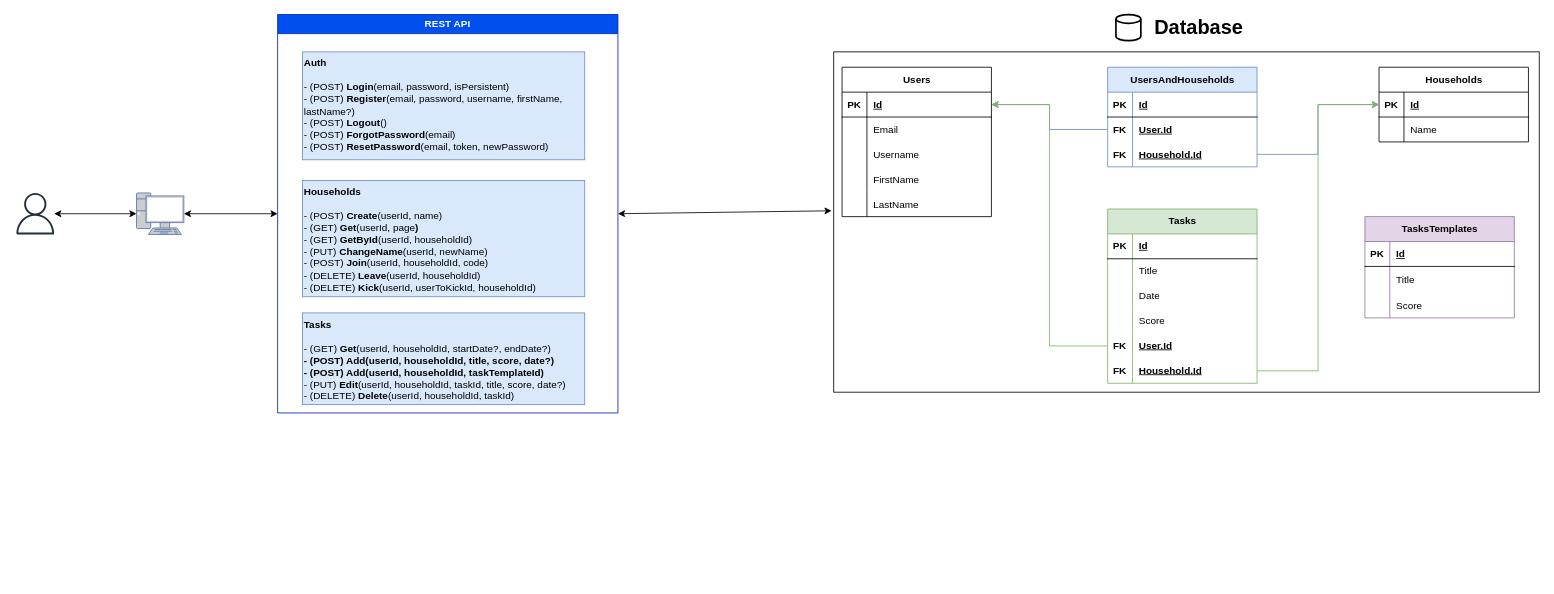
BBualdo/Fifty-Fifty keeps this draw.io diagram as Fifty-Fifty.drawio. Above is the earlier version. Source tidied: cells renumbered, new cells numbered last; positions are measured from the earlier drawing's top-left corner, leaving out a move shared by most shapes. Both pictures are drawn from the tidied source at 83%, with x=0, y=0 at pixel (14, 14).
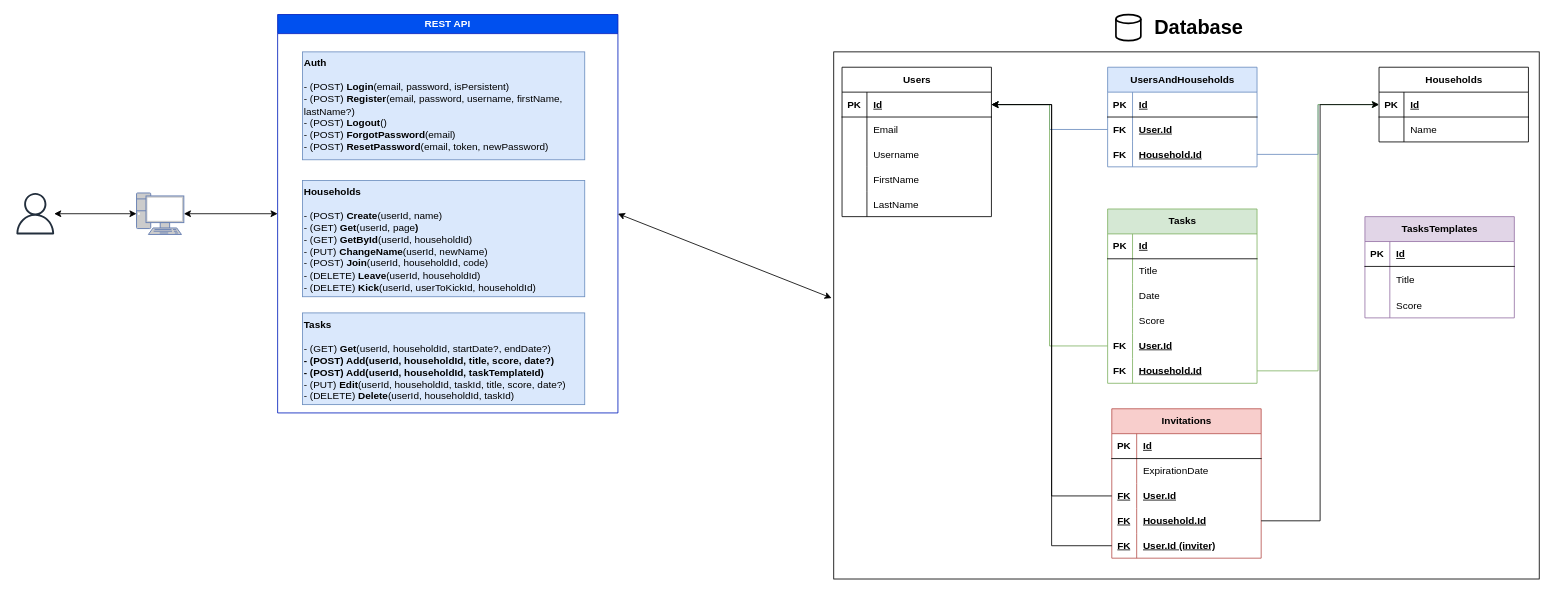
The same diagram, later.

Commit message:
Diagram - Added invitations table

Unchanged cells that the change refers to:
```xml
<mxCell id="13" style="shape=tableRow;horizontal=0;startSize=0;swimlaneHead=0;swimlaneBody=0;fillColor=none;points=[[0,0.5],[1,0.5]];portConstraint=eastwest;top=0;left=0;right=0;bottom=1;" parent="12" vertex="1">
  <mxGeometry y="30" width="180" height="30" as="geometry" />
</mxCell>
<mxCell id="29" style="shape=tableRow;horizontal=0;startSize=0;swimlaneHead=0;swimlaneBody=0;fillColor=none;points=[[0,0.5],[1,0.5]];portConstraint=eastwest;top=0;left=0;right=0;bottom=1;" parent="28" vertex="1">
  <mxGeometry y="30" width="180" height="30" as="geometry" />
</mxCell>
```

What changed in the source:
```diff
@@
     <mxCell id="10" style="group;" parent="1" vertex="1">
-      <mxGeometry x="987" y="10.1" width="850" height="444.9" as="geometry" />
+      <mxGeometry x="987" y="10.1" width="850" height="670" as="geometry" />
     </mxCell>
     <mxCell id="11" style="rounded=0;whiteSpace=wrap;html=1;" parent="10" vertex="1">
-      <mxGeometry y="34.9" width="850" height="410" as="geometry" />
+      <mxGeometry y="34.9" width="850" height="635.1" as="geometry" />
     </mxCell>
@@
+    <mxCell id="81" value="Invitations" style="shape=table;startSize=30;childLayout=tableLayout;rowLines=0;fontStyle=1;align=center;html=1;fillColor=#f8cecc;strokeColor=#b85450;" parent="10" vertex="1">
+      <mxGeometry x="335" y="464.9" width="180" height="180" as="geometry" />
+    </mxCell>
+    <mxCell id="82" style="shape=tableRow;horizontal=0;startSize=0;swimlaneHead=0;swimlaneBody=0;fillColor=none;top=0;left=0;right=0;bottom=1;" parent="81" vertex="1">
+      <mxGeometry y="30" width="180" height="30" as="geometry" />
+    </mxCell>
+    <mxCell id="83" value="PK" style="shape=partialRectangle;fillColor=none;top=0;left=0;bottom=0;right=0;fontStyle=1;overflow=hidden;whiteSpace=wrap;html=1;" parent="82" vertex="1">
+      <mxGeometry width="30" height="30" as="geometry" />
+    </mxCell>
+    <mxCell id="84" value="Id" style="shape=partialRectangle;fillColor=none;top=0;left=0;bottom=0;right=0;align=left;spacingLeft=6;fontStyle=5;overflow=hidden;whiteSpace=wrap;html=1;" parent="82" vertex="1">
+      <mxGeometry x="30" width="150" height="30" as="geometry" />
+    </mxCell>
+    <mxCell id="85" style="shape=tableRow;horizontal=0;startSize=0;swimlaneHead=0;swimlaneBody=0;fillColor=none;top=0;left=0;right=0;bottom=0;" parent="81" vertex="1">
+      <mxGeometry y="60" width="180" height="30" as="geometry" />
+    </mxCell>
+    <mxCell id="86" style="shape=partialRectangle;fillColor=none;top=0;left=0;bottom=0;right=0;overflow=hidden;whiteSpace=wrap;html=1;" parent="85" vertex="1">
+      <mxGeometry width="30" height="30" as="geometry" />
+    </mxCell>
+    <mxCell id="87" value="ExpirationDate" style="shape=partialRectangle;fillColor=none;top=0;left=0;bottom=0;right=0;align=left;spacingLeft=6;overflow=hidden;whiteSpace=wrap;html=1;" parent="85" vertex="1">
+      <mxGeometry x="30" width="150" height="30" as="geometry" />
+    </mxCell>
+    <mxCell id="88" style="shape=tableRow;horizontal=0;startSize=0;swimlaneHead=0;swimlaneBody=0;fillColor=none;points=[[0,0.5],[1,0.5]];portConstraint=eastwest;top=0;left=0;right=0;bottom=0;" parent="81" vertex="1">
+      <mxGeometry y="90" width="180" height="30" as="geometry" />
+    </mxCell>
+    <mxCell id="89" value="FK" style="shape=partialRectangle;fillColor=none;top=0;left=0;bottom=0;right=0;overflow=hidden;whiteSpace=wrap;html=1;fontStyle=5;" parent="88" vertex="1">
+      <mxGeometry width="30" height="30" as="geometry" />
+    </mxCell>
+    <mxCell id="90" value="User.Id" style="shape=partialRectangle;fillColor=none;top=0;left=0;bottom=0;right=0;align=left;spacingLeft=6;overflow=hidden;whiteSpace=wrap;html=1;fontStyle=5;" parent="88" vertex="1">
+      <mxGeometry x="30" width="150" height="30" as="geometry" />
+    </mxCell>
+    <mxCell id="91" style="shape=tableRow;horizontal=0;startSize=0;swimlaneHead=0;swimlaneBody=0;fillColor=none;points=[[0,0.5],[1,0.5]];portConstraint=eastwest;top=0;left=0;right=0;bottom=0;" parent="81" vertex="1">
+      <mxGeometry y="120" width="180" height="30" as="geometry" />
+    </mxCell>
+    <mxCell id="92" value="FK" style="shape=partialRectangle;fillColor=none;top=0;left=0;bottom=0;right=0;overflow=hidden;whiteSpace=wrap;html=1;fontStyle=5;" parent="91" vertex="1">
+      <mxGeometry width="30" height="30" as="geometry" />
+    </mxCell>
+    <mxCell id="93" value="Household.Id" style="shape=partialRectangle;fillColor=none;top=0;left=0;bottom=0;right=0;align=left;spacingLeft=6;overflow=hidden;whiteSpace=wrap;html=1;fontStyle=5;" parent="91" vertex="1">
+      <mxGeometry x="30" width="150" height="30" as="geometry" />
+    </mxCell>
+    <mxCell id="94" style="shape=tableRow;horizontal=0;startSize=0;swimlaneHead=0;swimlaneBody=0;fillColor=none;points=[[0,0.5],[1,0.5]];portConstraint=eastwest;top=0;left=0;right=0;bottom=0;" parent="81" vertex="1">
+      <mxGeometry y="150" width="180" height="30" as="geometry" />
+    </mxCell>
+    <mxCell id="95" value="FK" style="shape=partialRectangle;fillColor=none;top=0;left=0;bottom=0;right=0;overflow=hidden;whiteSpace=wrap;html=1;fontStyle=5;" parent="94" vertex="1">
+      <mxGeometry width="30" height="30" as="geometry" />
+    </mxCell>
+    <mxCell id="96" value="User.Id (inviter)" style="shape=partialRectangle;fillColor=none;top=0;left=0;bottom=0;right=0;align=left;spacingLeft=6;overflow=hidden;whiteSpace=wrap;html=1;fontStyle=5;" parent="94" vertex="1">
+      <mxGeometry x="30" width="150" height="30" as="geometry" />
+    </mxCell>
+    <mxCell id="97" style="edgeStyle=orthogonalEdgeStyle;rounded=0;jettySize=auto;html=1;exitX=0;exitY=0.5;exitDx=0;exitDy=0;" parent="10" edge="1" source="88" target="13">
+      <mxGeometry relative="1" as="geometry" />
+    </mxCell>
+    <mxCell id="98" style="edgeStyle=orthogonalEdgeStyle;rounded=0;jettySize=auto;html=1;entryX=0;entryY=0.5;entryDx=0;entryDy=0;" parent="10" edge="1" source="91" target="29">
+      <mxGeometry relative="1" as="geometry" />
+    </mxCell>
+    <mxCell id="99" style="edgeStyle=orthogonalEdgeStyle;rounded=0;jettySize=auto;html=1;" parent="10" edge="1" source="94" target="13">
+      <mxGeometry relative="1" as="geometry" />
+    </mxCell>
```
